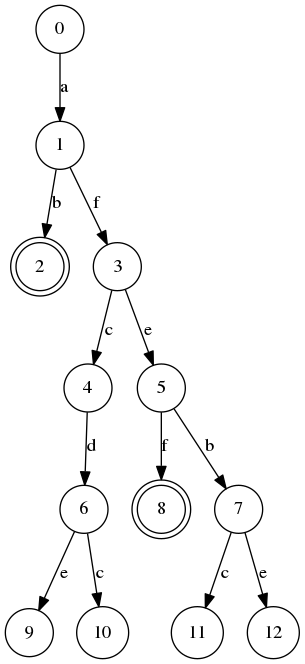
This is states.png from dvberkel/bergen, a Graphviz export, as it was before one commit. Its source is kept beside it as states.dot.
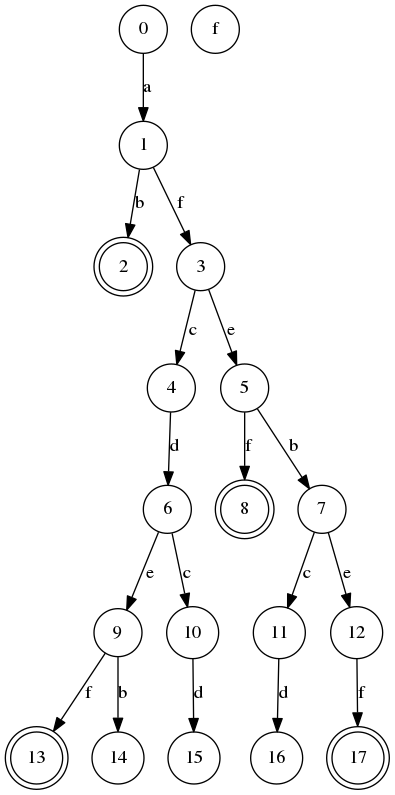
After the change.

Commit message:
Enter level 6

Diff of the diagram source:
```diff
@@ -2,6 +2,8 @@
   node [shape=circle];
   2 [shape=doublecircle];
   8 [shape=doublecircle];
+  13 [shape=doublecircle];
+  17 [shape=doublecircle];
   0 -> 1 [label="a"];
   1 -> 2 [label="b"];
   1 -> 3 [label="f"];
@@ -12,6 +14,11 @@
   5 -> 8 [label="f"];
   6 -> 9 [label="e"];
   6 -> 10 [label="c"];
-  7 -> 11 [label="c"];
+  7 -> 11 [label="c"];f
   7 -> 12 [label="e"];
+  9 -> 13 [label="f"];
+  9 -> 14 [label="b"];
+  10 -> 15 [label="d"];
+  11 -> 16 [label="d"];
+  12 -> 17 [label="f"];
 }
```
